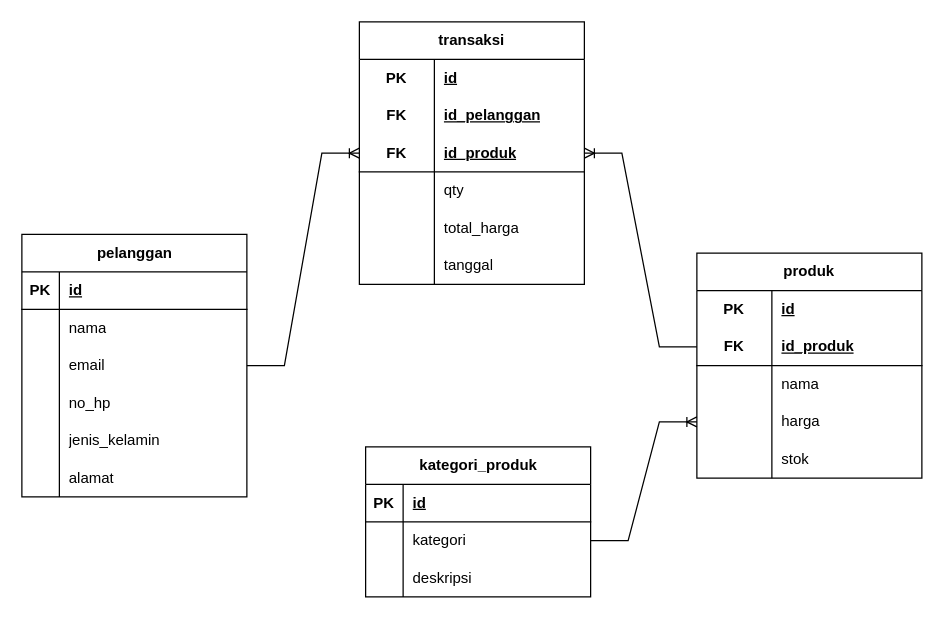
Earlier version of the draw.io diagram desain db online retail.drawio (muhammadaafiff/online-retail-database). Source tidied: cells renumbered, new cells numbered last; positions are measured from the earlier drawing's top-left corner, leaving out a move shared by most shapes. Both pictures are drawn from the tidied source at 125%, with x=0, y=0 at pixel (21, 21).
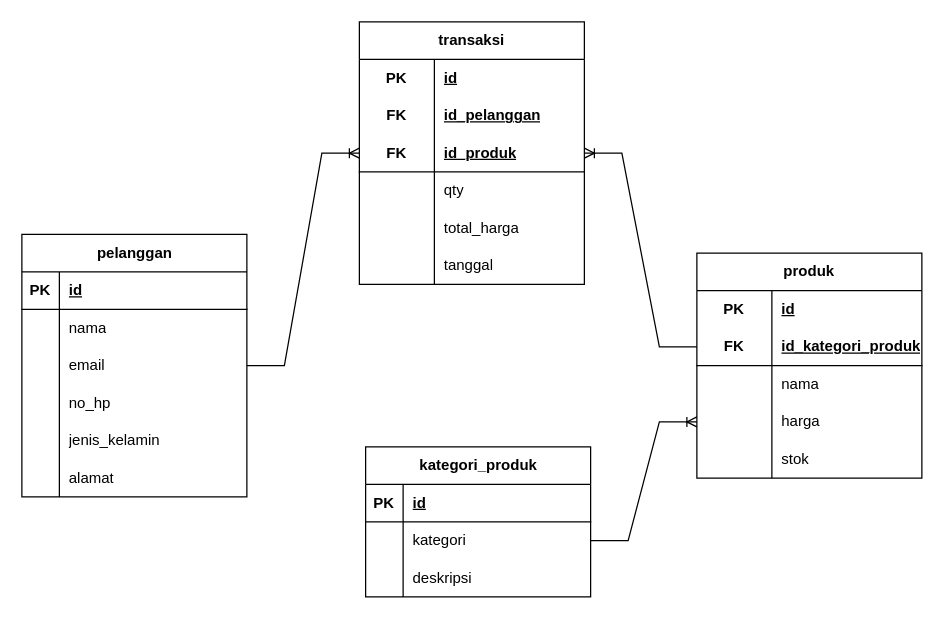
The same page after the edit.

Commit message (it also covers changes not shown here):
mengubah data pada tabel

Unchanged cells that the change refers to:
```xml
<mxCell id="45" style="shape=tableRow;horizontal=0;startSize=0;swimlaneHead=0;swimlaneBody=0;fillColor=none;points=[[0,0.5],[1,0.5]];portConstraint=eastwest;top=0;left=0;right=0;bottom=1;html=1;" parent="41" vertex="1">
  <mxGeometry y="60" width="180" height="30" as="geometry" />
</mxCell>
```

Diff of the diagram source:
```diff
@@
-    <mxCell id="47" value="id_produk" style="shape=partialRectangle;fillColor=none;top=0;left=0;bottom=0;right=0;align=left;spacingLeft=6;fontStyle=5;overflow=hidden;html=1;whiteSpace=wrap;" parent="45" vertex="1">
+    <mxCell id="47" value="id_kategori_produk" style="shape=partialRectangle;fillColor=none;top=0;left=0;bottom=0;right=0;align=left;spacingLeft=6;fontStyle=5;overflow=hidden;html=1;whiteSpace=wrap;" parent="45" vertex="1">
       <mxGeometry x="60" width="120" height="30" as="geometry" />
     </mxCell>
```
